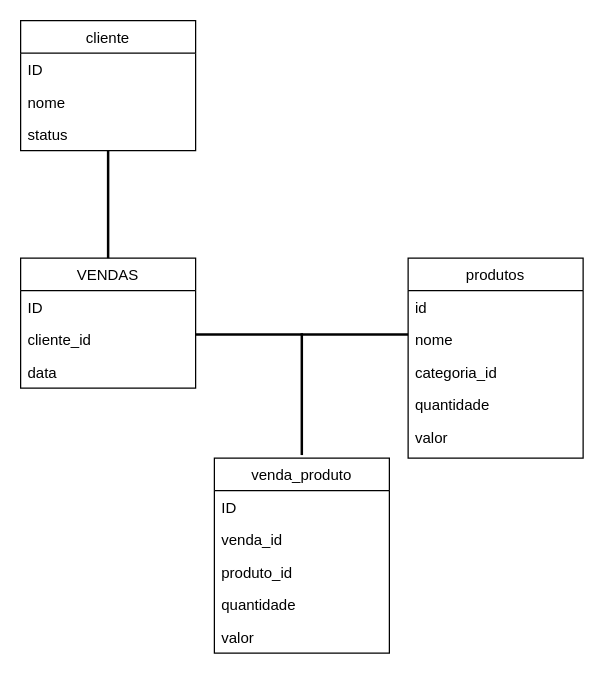
The draw.io diagram DiagramasDeClasses/DiagramaDeVenda.drawio in rodrigoDev6/SobraQuanto, before the edit. Source tidied: cells renumbered, new cells numbered last; positions are measured from the earlier drawing's top-left corner, leaving out a move shared by most shapes. Both pictures are drawn from the tidied source at 125%, with x=0, y=0 at pixel (20, 20).
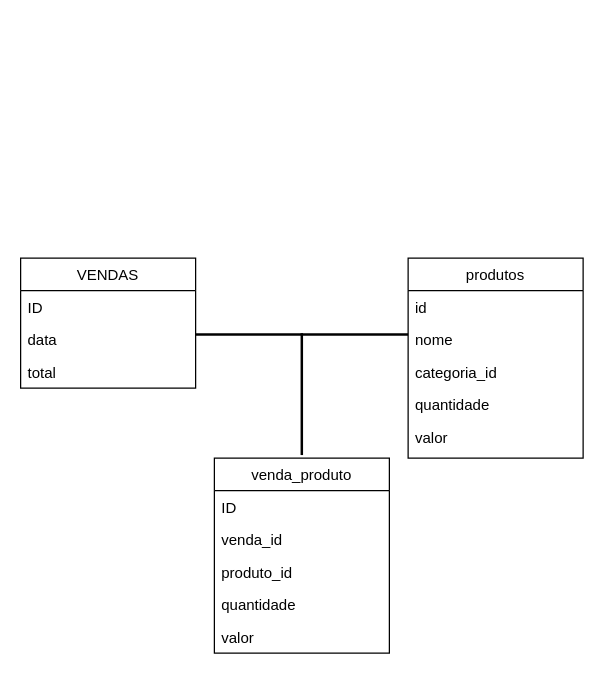
The same page after the edit.

Unchanged cells that the change refers to:
```xml
<mxCell id="2" value="VENDAS" style="swimlane;fontStyle=0;horizontal=1;startSize=26;fillColor=none;" parent="1" vertex="1">
  <mxGeometry y="190" width="140" height="104" as="geometry" />
</mxCell>
```

Change to the diagram source:
```diff
@@
-    <mxCell id="4" value="cliente_id" style="text;strokeColor=none;fillColor=none;align=left;verticalAlign=top;spacingLeft=4;spacingRight=4;overflow=hidden;" parent="2" vertex="1">
-      <mxGeometry y="52" width="140" height="26" as="geometry" />
-    </mxCell>
     <mxCell id="5" value="data" style="text;strokeColor=none;fillColor=none;align=left;verticalAlign=top;spacingLeft=4;spacingRight=4;overflow=hidden;" parent="2" vertex="1">
-      <mxGeometry y="78" width="140" height="26" as="geometry" />
+      <mxGeometry y="52" width="140" height="26" as="geometry" />
     </mxCell>
+    <mxCell id="25" value="total" style="text;strokeColor=none;fillColor=none;align=left;verticalAlign=top;spacingLeft=4;spacingRight=4;overflow=hidden;" parent="2" vertex="1">
+      <mxGeometry y="78" width="140" height="26" as="geometry" />
+    </mxCell>
@@
-    <mxCell id="19" value="cliente" style="swimlane;fontStyle=0;horizontal=1;startSize=26;fillColor=none;" parent="1" vertex="1">
-      <mxGeometry width="140" height="104" as="geometry" />
-    </mxCell>
-    <mxCell id="20" value="ID" style="text;strokeColor=none;fillColor=none;align=left;verticalAlign=top;spacingLeft=4;spacingRight=4;overflow=hidden;" parent="19" vertex="1">
-      <mxGeometry y="26" width="140" height="26" as="geometry" />
-    </mxCell>
-    <mxCell id="21" value="nome" style="text;strokeColor=none;fillColor=none;align=left;verticalAlign=top;spacingLeft=4;spacingRight=4;overflow=hidden;" parent="19" vertex="1">
-      <mxGeometry y="52" width="140" height="26" as="geometry" />
-    </mxCell>
-    <mxCell id="22" value="status" style="text;strokeColor=none;fillColor=none;align=left;verticalAlign=top;spacingLeft=4;spacingRight=4;overflow=hidden;" parent="19" vertex="1">
-      <mxGeometry y="78" width="140" height="26" as="geometry" />
-    </mxCell>
@@
-    <mxCell id="24" style="line;strokeWidth=2;direction=south;html=1;" parent="1" vertex="1">
-      <mxGeometry x="65" y="104" width="10" height="86" as="geometry" />
-    </mxCell>
```
